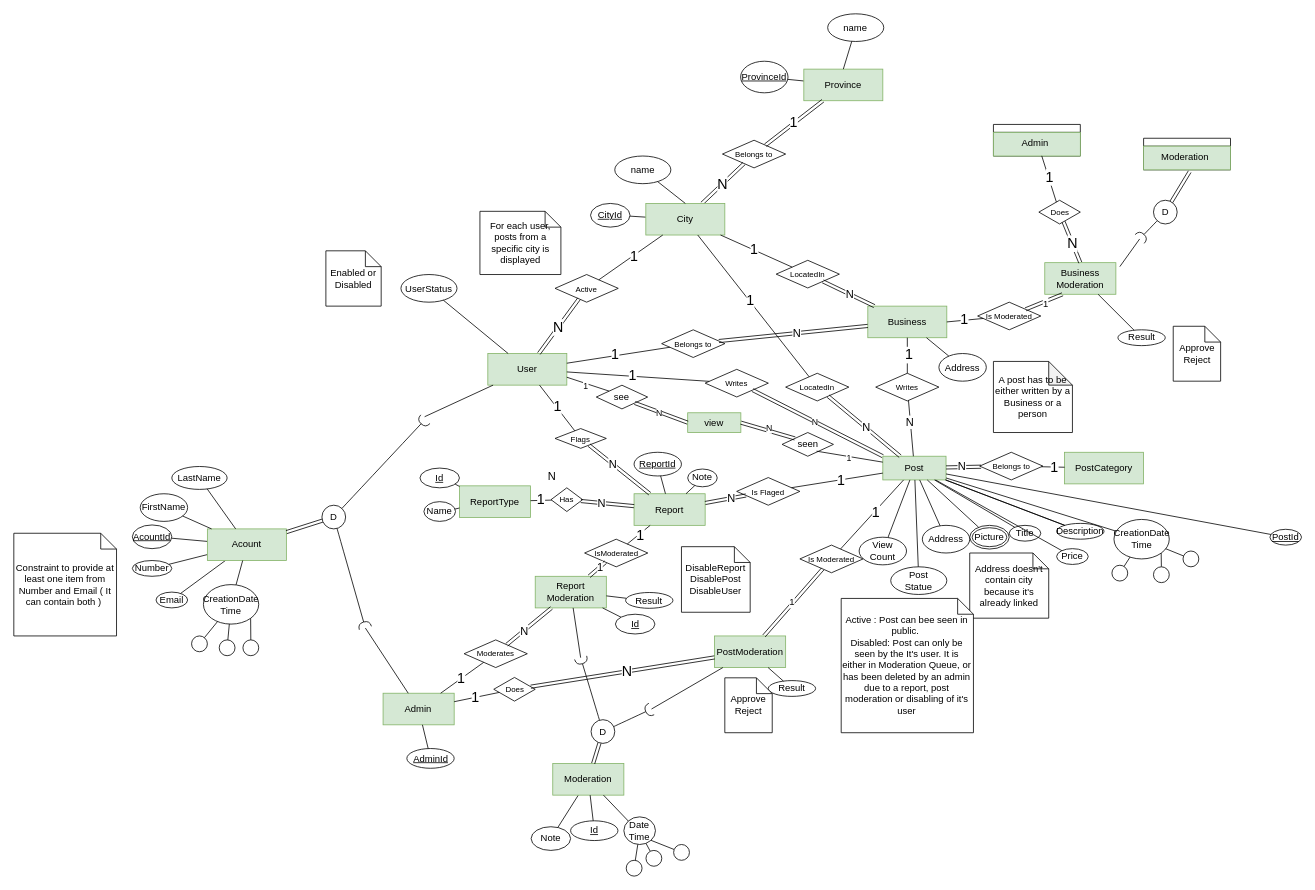
Above: Project.drawio in khebrati/HamsellDatabase (draw.io), before the change. Source tidied: cells renumbered, new cells numbered last; positions are measured from the earlier drawing's top-left corner, leaving out a move shared by most shapes. Both pictures are drawn from the tidied source at 79%, with x=0, y=0 at pixel (13, 13).
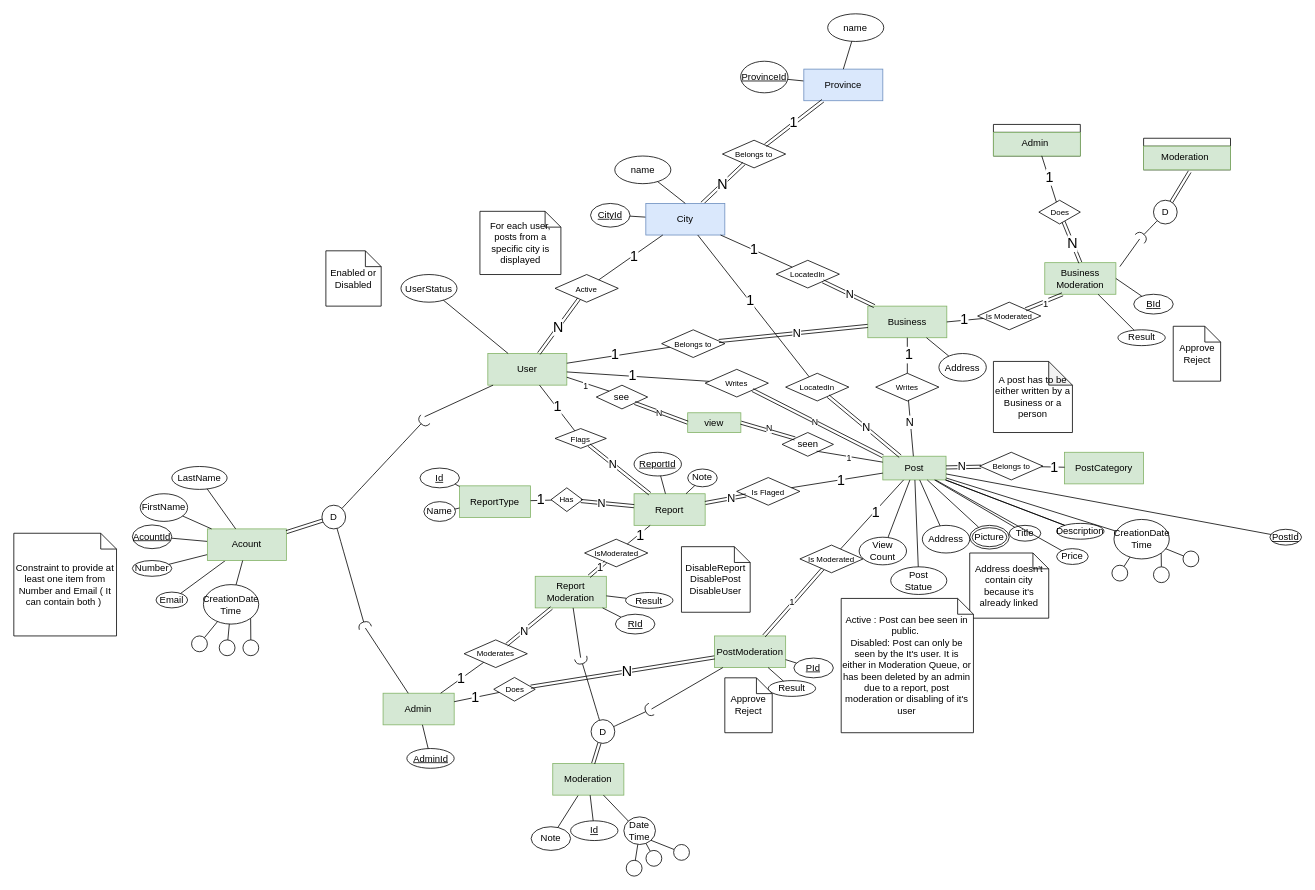
Above is the later version.

Commit message:
id attribute added to some tables

The change refers to these unchanged cells:
```xml
<mxCell id="88" value="PostModeration" style="whiteSpace=wrap;html=1;align=center;fillColor=#d5e8d4;strokeColor=#82b366;" parent="1" vertex="1">
  <mxGeometry x="887" y="787.5" width="90" height="40" as="geometry" />
</mxCell>
<mxCell id="229" value="Business&lt;div&gt;Moderation&lt;/div&gt;" style="whiteSpace=wrap;html=1;align=center;fillColor=#d5e8d4;strokeColor=#82b366;" parent="1" vertex="1">
  <mxGeometry x="1305" y="315" width="90" height="40" as="geometry" />
</mxCell>
```

The edit, as a diff of the source:
```diff
@@
-    <mxCell id="54" value="Province" style="whiteSpace=wrap;html=1;align=center;fillColor=#d5e8d4;strokeColor=#82b366;" parent="1" vertex="1">
+    <mxCell id="54" value="Province" style="whiteSpace=wrap;html=1;align=center;fillColor=#dae8fc;strokeColor=#6c8ebf;" parent="1" vertex="1">
       <mxGeometry x="1000" y="70" width="100" height="40" as="geometry" />
     </mxCell>
@@
-    <mxCell id="57" value="City" style="whiteSpace=wrap;html=1;align=center;fillColor=#d5e8d4;strokeColor=#82b366;" parent="1" vertex="1">
+    <mxCell id="57" value="City" style="whiteSpace=wrap;html=1;align=center;fillColor=#dae8fc;strokeColor=#6c8ebf;" parent="1" vertex="1">
       <mxGeometry x="800" y="240" width="100" height="40" as="geometry" />
     </mxCell>
@@
-    <mxCell id="104" value="Id" style="ellipse;whiteSpace=wrap;html=1;align=center;fontStyle=4;" parent="1" vertex="1">
+    <mxCell id="104" value="RId" style="ellipse;whiteSpace=wrap;html=1;align=center;fontStyle=4;" parent="1" vertex="1">
       <mxGeometry x="761.5" y="760" width="50" height="25" as="geometry" />
     </mxCell>
@@
-    <mxCell id="206" value="&lt;font style=&quot;font-size: 14px;&quot;&gt;N&lt;/font&gt;" style="edgeLabel;html=1;align=center;verticalAlign=middle;" parent="1" vertex="1">
-      <mxGeometry x="680" y="585" as="geometry" />
-    </mxCell>
@@
+    <mxCell id="251" value="PId" style="ellipse;whiteSpace=wrap;html=1;align=center;fontStyle=4;" parent="1" vertex="1">
+      <mxGeometry x="987.4" y="815.5" width="50" height="25" as="geometry" />
+    </mxCell>
+    <mxCell id="252" style="endArrow=none;html=1;rounded=0;entryX=1;entryY=0.75;entryDx=0;entryDy=0;" parent="1" edge="1" source="251" target="88">
+      <mxGeometry relative="1" as="geometry" />
+    </mxCell>
+    <mxCell id="253" value="B&lt;span style=&quot;background-color: initial;&quot;&gt;Id&lt;/span&gt;" style="ellipse;whiteSpace=wrap;html=1;align=center;fontStyle=4;" parent="1" vertex="1">
+      <mxGeometry x="1417.6" y="355" width="50" height="25" as="geometry" />
+    </mxCell>
+    <mxCell id="254" style="endArrow=none;html=1;rounded=0;entryX=1;entryY=0.5;entryDx=0;entryDy=0;" parent="1" edge="1" source="253" target="229">
+      <mxGeometry relative="1" as="geometry" />
+    </mxCell>
```
